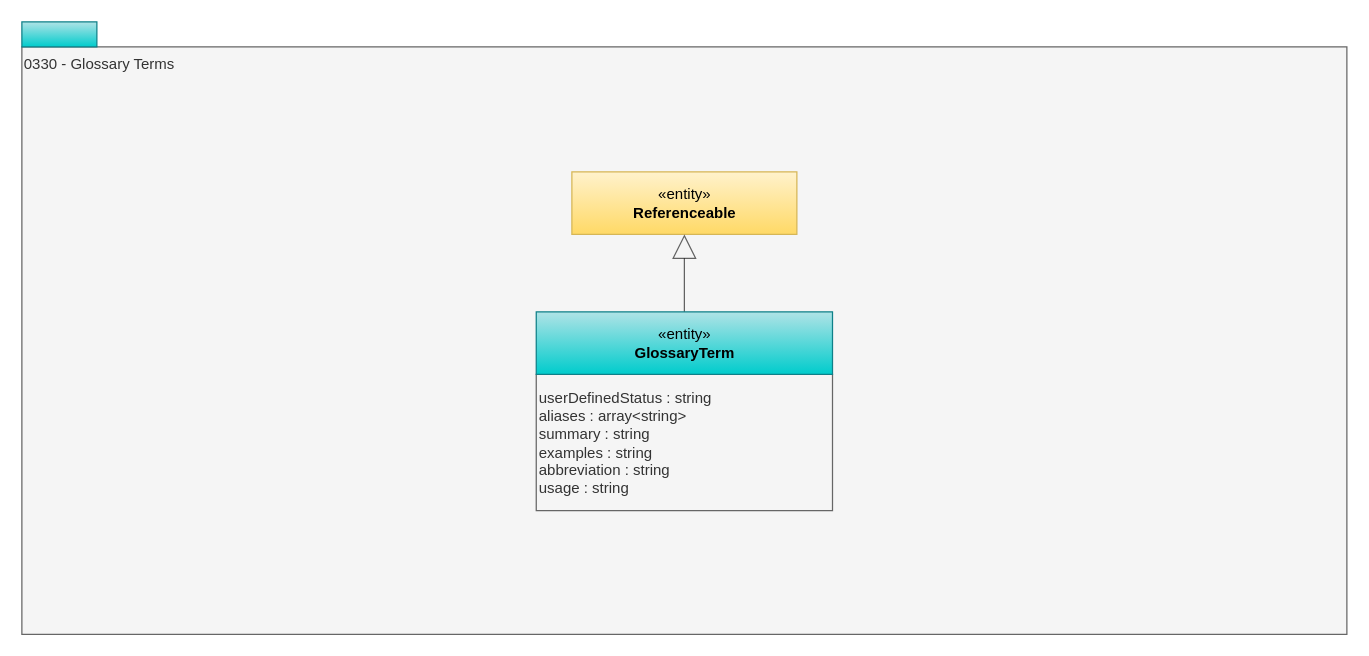
This is page "0330-Terms" (3 of 11) of site/docs/types/3/area-3-glossary.drawio from odpi/egeria-docs, a draw.io file, before an edit. Source tidied: cells renumbered, new cells numbered last; positions are measured from the earlier drawing's top-left corner, leaving out a move shared by most shapes. Both pictures are drawn from the tidied source at 125%, with x=0, y=0 at pixel (21, 21).
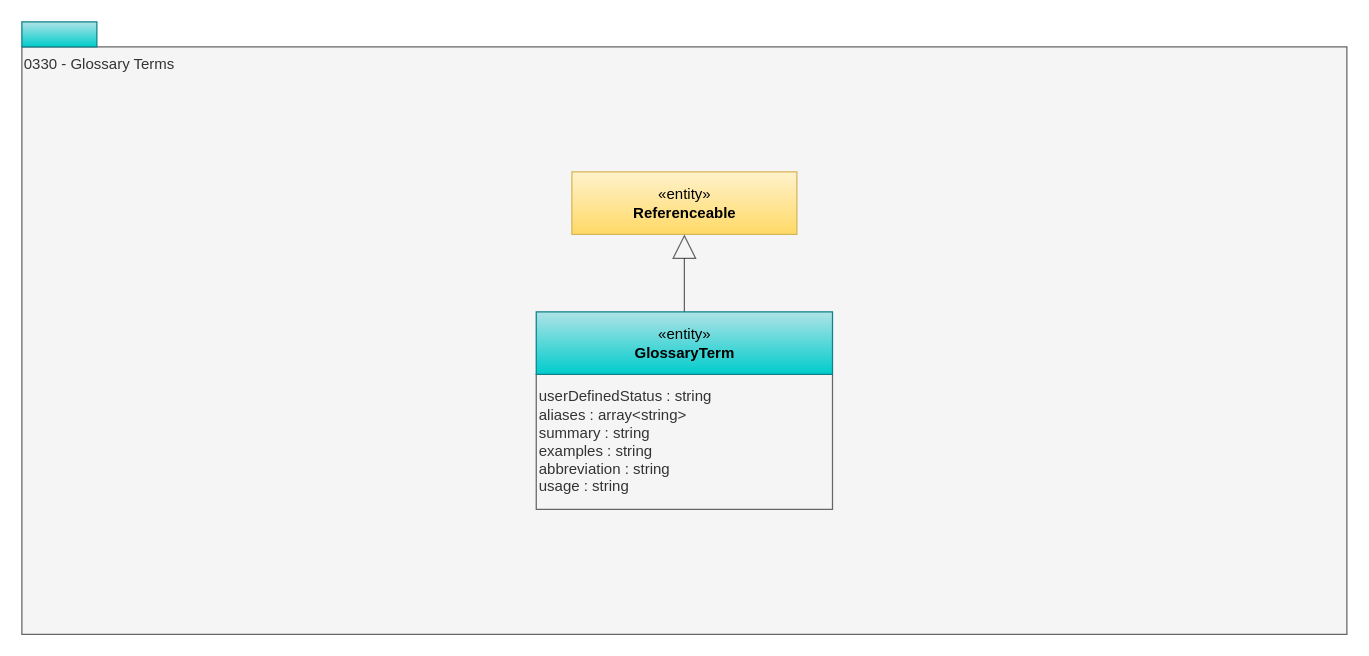
Above is the later version.

Change to the diagram source:
```diff
@@
 <mxGraphModel>
   <root>
     <mxCell id="0" />
     <mxCell id="1" parent="0" />
     <mxCell id="2" value="0330 - Glossary Terms" style="rounded=0;whiteSpace=wrap;html=1;align=left;verticalAlign=top;fillColor=#f5f5f5;fontColor=#333333;strokeColor=#666666;" parent="1" vertex="1">
       <mxGeometry y="20" width="1060" height="470" as="geometry" />
     </mxCell>
     <mxCell id="3" value="«entity»&lt;br&gt;&lt;b&gt;Referenceable&lt;/b&gt;" style="html=1;strokeColor=#d6b656;align=center;fillColor=#fff2cc;gradientColor=#ffd966;" parent="1" vertex="1">
       <mxGeometry x="440" y="120" width="180" height="50" as="geometry" />
     </mxCell>
-    <mxCell id="4" value="userDefinedStatus : string&lt;div&gt;aliases : array&amp;lt;string&amp;gt;&lt;br&gt;summary : string&lt;br&gt;examples : string&lt;br&gt;abbreviation : string&lt;br&gt;usage : string&lt;/div&gt;" style="rounded=0;whiteSpace=wrap;html=1;strokeColor=#666666;align=left;fillColor=#f5f5f5;fontColor=#333333;" parent="1" vertex="1">
-      <mxGeometry x="411.5" y="282" width="237" height="109" as="geometry" />
+    <mxCell id="4" value="&lt;div&gt;userDefinedStatus : string&lt;div&gt;aliases : array&amp;lt;string&amp;gt;&lt;br&gt;summary : string&lt;br&gt;examples : string&lt;br&gt;abbreviation : string&lt;br&gt;usage : string&lt;/div&gt;&lt;/div&gt;" style="rounded=0;whiteSpace=wrap;html=1;strokeColor=#666666;align=left;fillColor=#f5f5f5;fontColor=#333333;" parent="1" vertex="1">
+      <mxGeometry x="411.5" y="282" width="237" height="108" as="geometry" />
     </mxCell>
     <mxCell id="5" style="rounded=0;whiteSpace=wrap;html=1;align=left;fillColor=#b0e3e6;strokeColor=#0e8088;gradientColor=#00CCCC;" parent="1" vertex="1">
       <mxGeometry width="60" height="20" as="geometry" />
     </mxCell>
     <mxCell id="6" style="edgeStyle=orthogonalEdgeStyle;rounded=0;jettySize=auto;html=1;exitX=0.5;exitY=0;exitDx=0;exitDy=0;endArrow=block;endFill=0;opacity=60;endSize=17;" parent="1" edge="1" source="7" target="3">
       <mxGeometry relative="1" as="geometry" />
     </mxCell>
     <mxCell id="7" value="«entity»&lt;br&gt;&lt;b&gt;GlossaryTerm&lt;/b&gt;" style="html=1;strokeColor=#0e8088;align=center;fillColor=#b0e3e6;gradientColor=#00CCCC;" parent="1" vertex="1">
       <mxGeometry x="411.5" y="232" width="237" height="50" as="geometry" />
     </mxCell>
   </root>
 </mxGraphModel>
```
